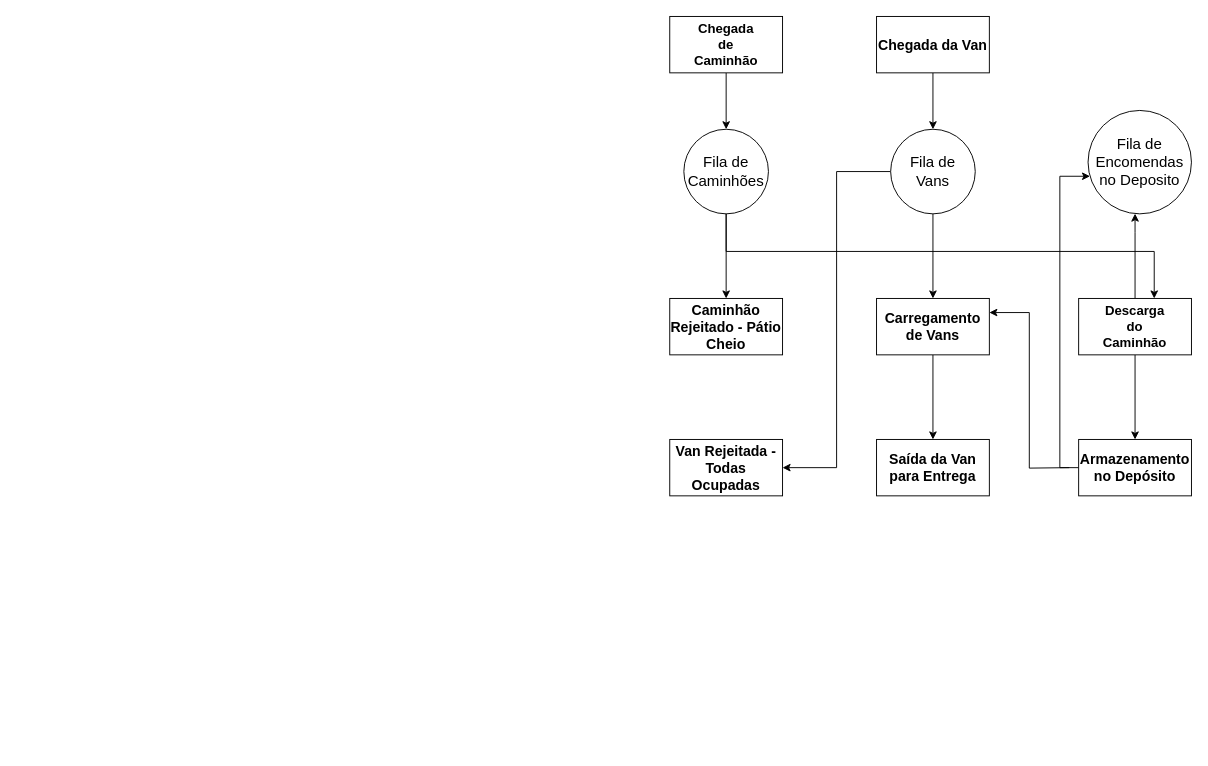
Above: centro-distribuicao.drawio in GoLogann/centro-distribuicao (draw.io), before the change. Source tidied: cells renumbered, new cells numbered last; positions are measured from the earlier drawing's top-left corner, leaving out a move shared by most shapes. Both pictures are drawn from the tidied source at 94%, with x=0, y=0 at pixel (669, 16).
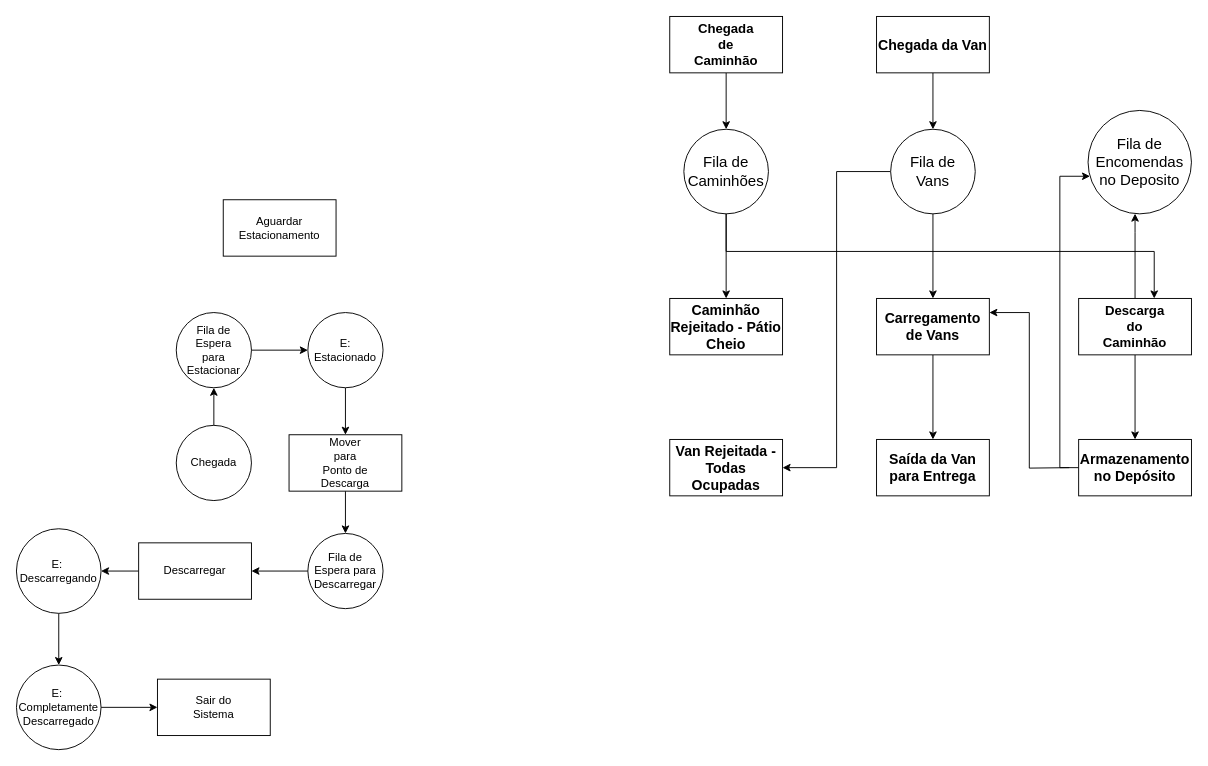
Above is the later version.

Diff of the diagram source:
```diff
@@
+    <mxCell id="30" style="edgeStyle=orthogonalEdgeStyle;rounded=0;jettySize=auto;html=1;entryX=0;entryY=0.5;entryDx=0;entryDy=0;" parent="1" edge="1" source="31" target="34">
+      <mxGeometry relative="1" as="geometry" />
+    </mxCell>
+    <mxCell id="31" style="ellipse;whiteSpace=wrap;html=1;" parent="1" vertex="1">
+      <mxGeometry x="-525" y="315" width="80" height="80" as="geometry" />
+    </mxCell>
+    <mxCell id="32" value="Fila de Espera para Estacionar" style="text;strokeColor=none;align=center;fillColor=none;html=1;verticalAlign=middle;whiteSpace=wrap;rounded=0;" parent="1" vertex="1">
+      <mxGeometry x="-515" y="340" width="60" height="30" as="geometry" />
+    </mxCell>
+    <mxCell id="33" style="edgeStyle=orthogonalEdgeStyle;rounded=0;jettySize=auto;html=1;entryX=0.5;entryY=0;entryDx=0;entryDy=0;" parent="1" edge="1" source="34" target="48">
+      <mxGeometry relative="1" as="geometry" />
+    </mxCell>
+    <mxCell id="34" style="ellipse;whiteSpace=wrap;html=1;" parent="1" vertex="1">
+      <mxGeometry x="-385" y="315" width="80" height="80" as="geometry" />
+    </mxCell>
+    <mxCell id="35" value="E: Estacionado" style="text;strokeColor=none;align=center;fillColor=none;html=1;verticalAlign=middle;whiteSpace=wrap;rounded=0;" parent="1" vertex="1">
+      <mxGeometry x="-375" y="340" width="60" height="30" as="geometry" />
+    </mxCell>
+    <mxCell id="36" style="edgeStyle=orthogonalEdgeStyle;rounded=0;jettySize=auto;html=1;entryX=1;entryY=0.5;entryDx=0;entryDy=0;" parent="1" edge="1" source="37" target="51">
+      <mxGeometry relative="1" as="geometry" />
+    </mxCell>
+    <mxCell id="37" style="ellipse;whiteSpace=wrap;html=1;" parent="1" vertex="1">
+      <mxGeometry x="-385" y="550" width="80" height="80" as="geometry" />
+    </mxCell>
+    <mxCell id="38" value="Fila de Espera para Descarregar" style="text;strokeColor=none;align=center;fillColor=none;html=1;verticalAlign=middle;whiteSpace=wrap;rounded=0;" parent="1" vertex="1">
+      <mxGeometry x="-375" y="575" width="60" height="30" as="geometry" />
+    </mxCell>
+    <mxCell id="39" style="edgeStyle=orthogonalEdgeStyle;rounded=0;jettySize=auto;html=1;entryX=0.5;entryY=0;entryDx=0;entryDy=0;" parent="1" edge="1" source="40" target="43">
+      <mxGeometry relative="1" as="geometry" />
+    </mxCell>
+    <mxCell id="40" style="ellipse;whiteSpace=wrap;html=1;" parent="1" vertex="1">
+      <mxGeometry x="-695" y="545" width="90" height="90" as="geometry" />
+    </mxCell>
+    <mxCell id="41" value="E:&amp;nbsp;&lt;br&gt;Descarregando" style="text;strokeColor=none;align=center;fillColor=none;html=1;verticalAlign=middle;whiteSpace=wrap;rounded=0;" parent="1" vertex="1">
+      <mxGeometry x="-680" y="575" width="60" height="30" as="geometry" />
+    </mxCell>
+    <mxCell id="42" style="edgeStyle=orthogonalEdgeStyle;rounded=0;jettySize=auto;html=1;entryX=0;entryY=0.5;entryDx=0;entryDy=0;" parent="1" edge="1" source="43" target="53">
+      <mxGeometry relative="1" as="geometry" />
+    </mxCell>
+    <mxCell id="43" style="ellipse;whiteSpace=wrap;html=1;" parent="1" vertex="1">
+      <mxGeometry x="-695" y="690" width="90" height="90" as="geometry" />
+    </mxCell>
+    <mxCell id="44" value="E:&amp;nbsp;&lt;br&gt;Completamente Descarregado" style="text;strokeColor=none;align=center;fillColor=none;html=1;verticalAlign=middle;whiteSpace=wrap;rounded=0;" parent="1" vertex="1">
+      <mxGeometry x="-680" y="720" width="60" height="30" as="geometry" />
+    </mxCell>
+    <mxCell id="45" style="rounded=0;whiteSpace=wrap;html=1;" parent="1" vertex="1">
+      <mxGeometry x="-475" y="195" width="120" height="60" as="geometry" />
+    </mxCell>
+    <mxCell id="46" value="Aguardar Estacionamento" style="text;strokeColor=none;align=center;fillColor=none;html=1;verticalAlign=middle;whiteSpace=wrap;rounded=0;" parent="1" vertex="1">
+      <mxGeometry x="-445" y="210" width="60" height="30" as="geometry" />
+    </mxCell>
+    <mxCell id="47" style="edgeStyle=orthogonalEdgeStyle;rounded=0;jettySize=auto;html=1;entryX=0.5;entryY=0;entryDx=0;entryDy=0;" parent="1" edge="1" source="48" target="37">
+      <mxGeometry relative="1" as="geometry" />
+    </mxCell>
+    <mxCell id="48" style="rounded=0;whiteSpace=wrap;html=1;" parent="1" vertex="1">
+      <mxGeometry x="-405" y="445" width="120" height="60" as="geometry" />
+    </mxCell>
+    <mxCell id="49" value="Mover para Ponto de Descarga" style="text;strokeColor=none;align=center;fillColor=none;html=1;verticalAlign=middle;whiteSpace=wrap;rounded=0;" parent="1" vertex="1">
+      <mxGeometry x="-375" y="460" width="60" height="30" as="geometry" />
+    </mxCell>
+    <mxCell id="50" style="edgeStyle=orthogonalEdgeStyle;rounded=0;jettySize=auto;html=1;entryX=1;entryY=0.5;entryDx=0;entryDy=0;" parent="1" edge="1" source="51" target="40">
+      <mxGeometry relative="1" as="geometry" />
+    </mxCell>
+    <mxCell id="51" style="rounded=0;whiteSpace=wrap;html=1;" parent="1" vertex="1">
+      <mxGeometry x="-565" y="560" width="120" height="60" as="geometry" />
+    </mxCell>
+    <mxCell id="52" value="Descarregar " style="text;strokeColor=none;align=center;fillColor=none;html=1;verticalAlign=middle;whiteSpace=wrap;rounded=0;" parent="1" vertex="1">
+      <mxGeometry x="-535" y="575" width="60" height="30" as="geometry" />
+    </mxCell>
+    <mxCell id="53" style="rounded=0;whiteSpace=wrap;html=1;" parent="1" vertex="1">
+      <mxGeometry x="-545" y="705" width="120" height="60" as="geometry" />
+    </mxCell>
+    <mxCell id="54" value="Sair do Sistema" style="text;strokeColor=none;align=center;fillColor=none;html=1;verticalAlign=middle;whiteSpace=wrap;rounded=0;" parent="1" vertex="1">
+      <mxGeometry x="-515" y="720" width="60" height="30" as="geometry" />
+    </mxCell>
+    <mxCell id="55" style="edgeStyle=orthogonalEdgeStyle;rounded=0;jettySize=auto;html=1;entryX=0.5;entryY=1;entryDx=0;entryDy=0;" parent="1" edge="1" source="56" target="31">
+      <mxGeometry relative="1" as="geometry" />
+    </mxCell>
+    <mxCell id="56" style="ellipse;whiteSpace=wrap;html=1;" parent="1" vertex="1">
+      <mxGeometry x="-525" y="435" width="80" height="80" as="geometry" />
+    </mxCell>
+    <mxCell id="57" value="Chegada" style="text;strokeColor=none;align=center;fillColor=none;html=1;verticalAlign=middle;whiteSpace=wrap;rounded=0;" parent="1" vertex="1">
+      <mxGeometry x="-515" y="460" width="60" height="30" as="geometry" />
+    </mxCell>
```
